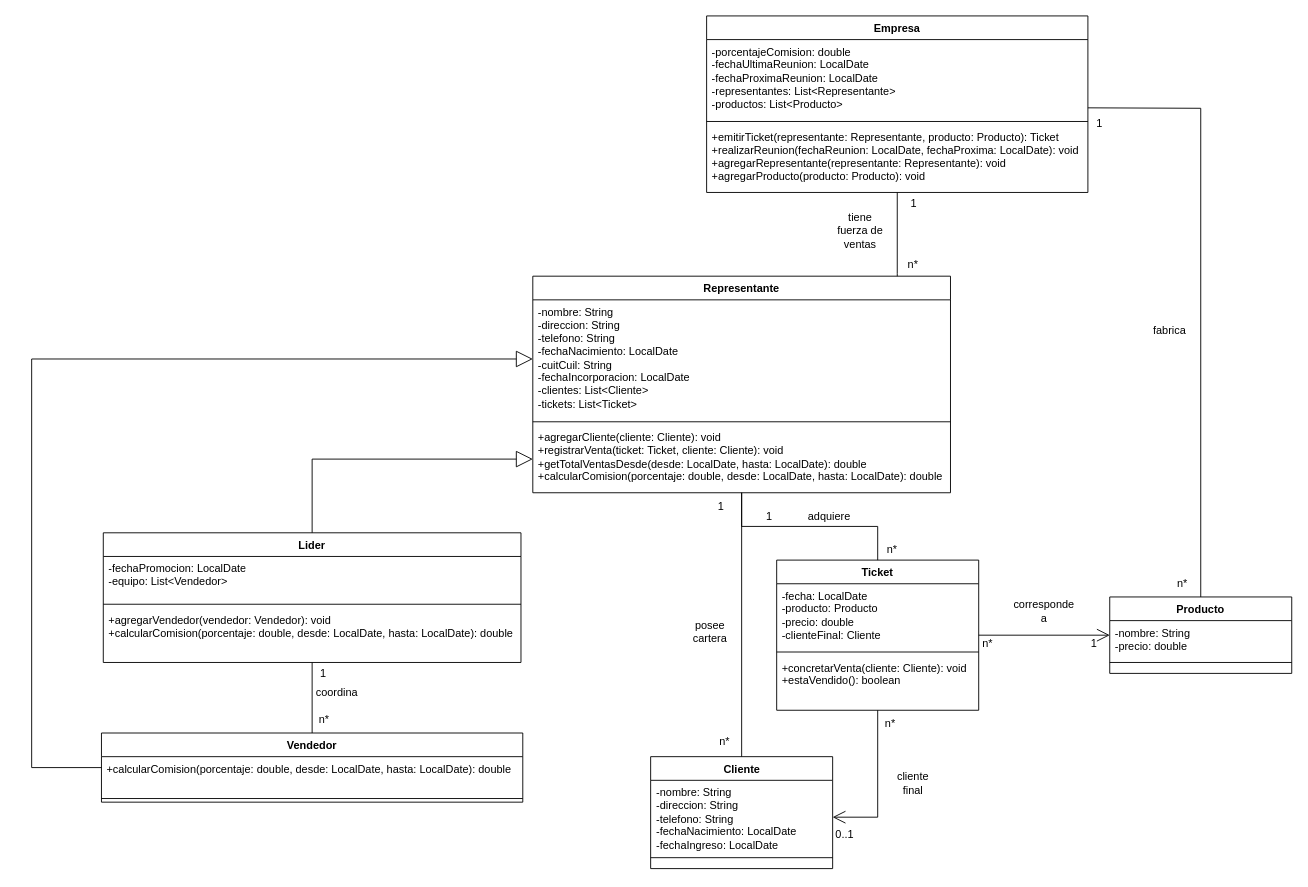
Earlier version of the draw.io diagram UML/11-Cosmetica.drawio (ElIsuss/PROG-III-TP-UML-JAVA). Source tidied: cells renumbered, new cells numbered last; positions are measured from the earlier drawing's top-left corner, leaving out a move shared by most shapes. Both pictures are drawn from the tidied source at 91%, with x=0, y=0 at pixel (31, 15).
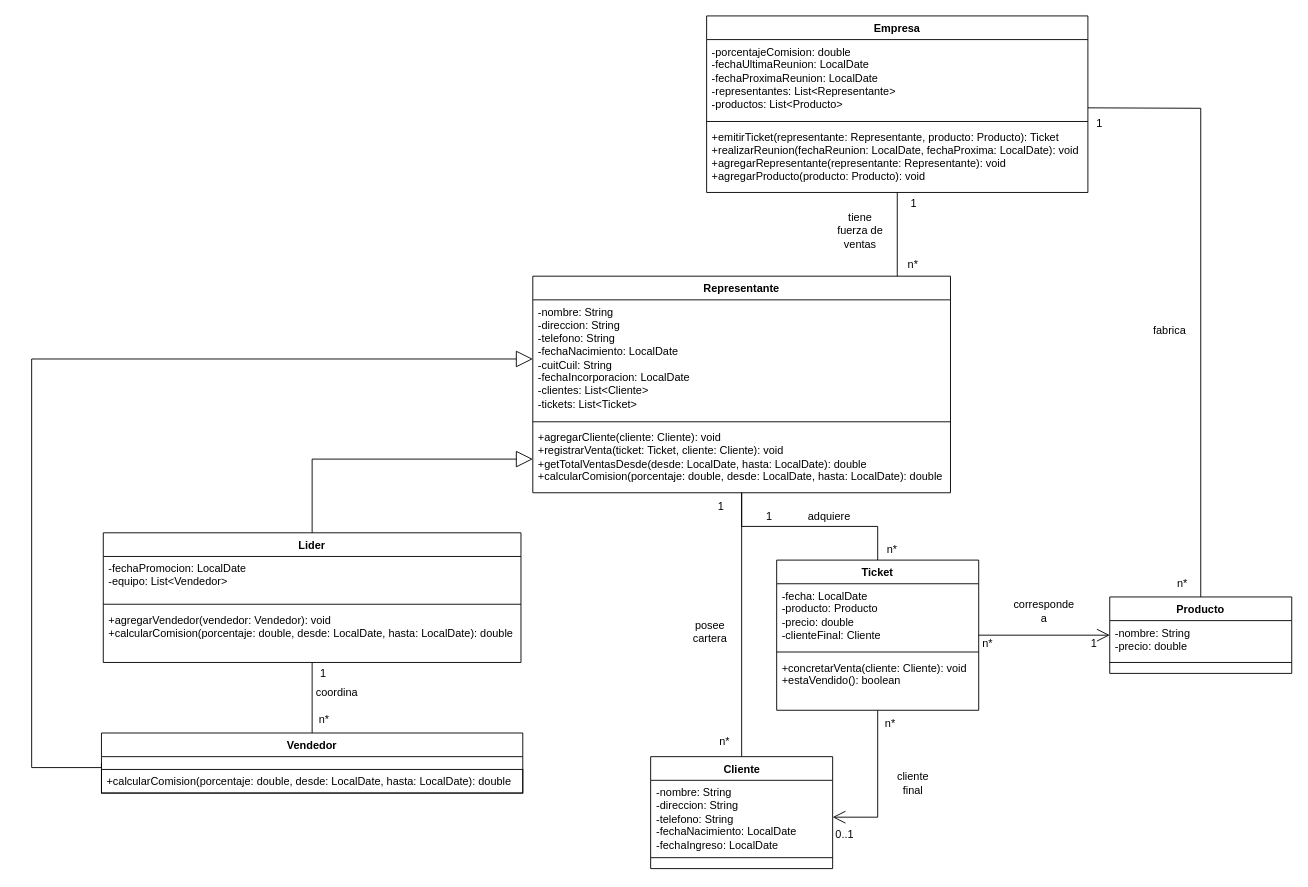
The same diagram, later.

Commit message:
error en el uml corregido

Diff of the diagram source:
```diff
@@
     <mxCell id="26" value="Vendedor" style="swimlane;fontStyle=1;align=center;verticalAlign=top;horizontal=1;startSize=26;whiteSpace=wrap;html=1;" parent="1" vertex="1">
-      <mxGeometry x="77" y="788" width="463" height="76" as="geometry" />
+      <mxGeometry x="77" y="788" width="463" height="66" as="geometry" />
     </mxCell>
-    <mxCell id="27" value="&lt;div&gt;&lt;div&gt;+calcularComision(porcentaje: double, desde: LocalDate, hasta: LocalDate): double&lt;/div&gt;&lt;/div&gt;&lt;div&gt;&lt;br&gt;&lt;/div&gt;" style="text;strokeColor=none;fillColor=none;align=left;verticalAlign=top;spacingLeft=4;spacingRight=4;overflow=hidden;whiteSpace=wrap;html=1;" parent="26" vertex="1">
-      <mxGeometry y="26" width="463" height="30" as="geometry" />
+    <mxCell id="27" value="&lt;div&gt;&lt;div&gt;&lt;br&gt;&lt;/div&gt;&lt;/div&gt;" style="text;strokeColor=none;fillColor=none;align=left;verticalAlign=top;spacingLeft=4;spacingRight=4;overflow=hidden;whiteSpace=wrap;html=1;" parent="26" vertex="1">
+      <mxGeometry y="26" width="463" height="14" as="geometry" />
     </mxCell>
-    <mxCell id="28" value="&lt;div&gt;&lt;div&gt;&lt;br&gt;&lt;/div&gt;&lt;/div&gt;" style="text;strokeColor=none;fillColor=none;align=left;verticalAlign=top;spacingLeft=4;spacingRight=4;overflow=hidden;whiteSpace=wrap;html=1;" parent="26" vertex="1">
-      <mxGeometry y="56" width="463" height="12" as="geometry" />
-    </mxCell>
-    <mxCell id="29" style="line;strokeWidth=1;fillColor=none;align=left;verticalAlign=middle;spacingTop=-1;spacingLeft=3;spacingRight=3;labelPosition=right;strokeColor=inherit;" parent="26" vertex="1">
-      <mxGeometry y="68" width="463" height="8" as="geometry" />
-    </mxCell>
+    <mxCell id="60" value="&lt;div&gt;+calcularComision(porcentaje: double, desde: LocalDate, hasta: LocalDate): double&lt;/div&gt;&lt;div&gt;&lt;br&gt;&lt;/div&gt;" style="text;strokeColor=default;fillColor=none;align=left;verticalAlign=top;spacingLeft=4;spacingRight=4;overflow=hidden;whiteSpace=wrap;html=1;" parent="26" vertex="1">
+      <mxGeometry y="40" width="463" height="26" as="geometry" />
+    </mxCell>
```
